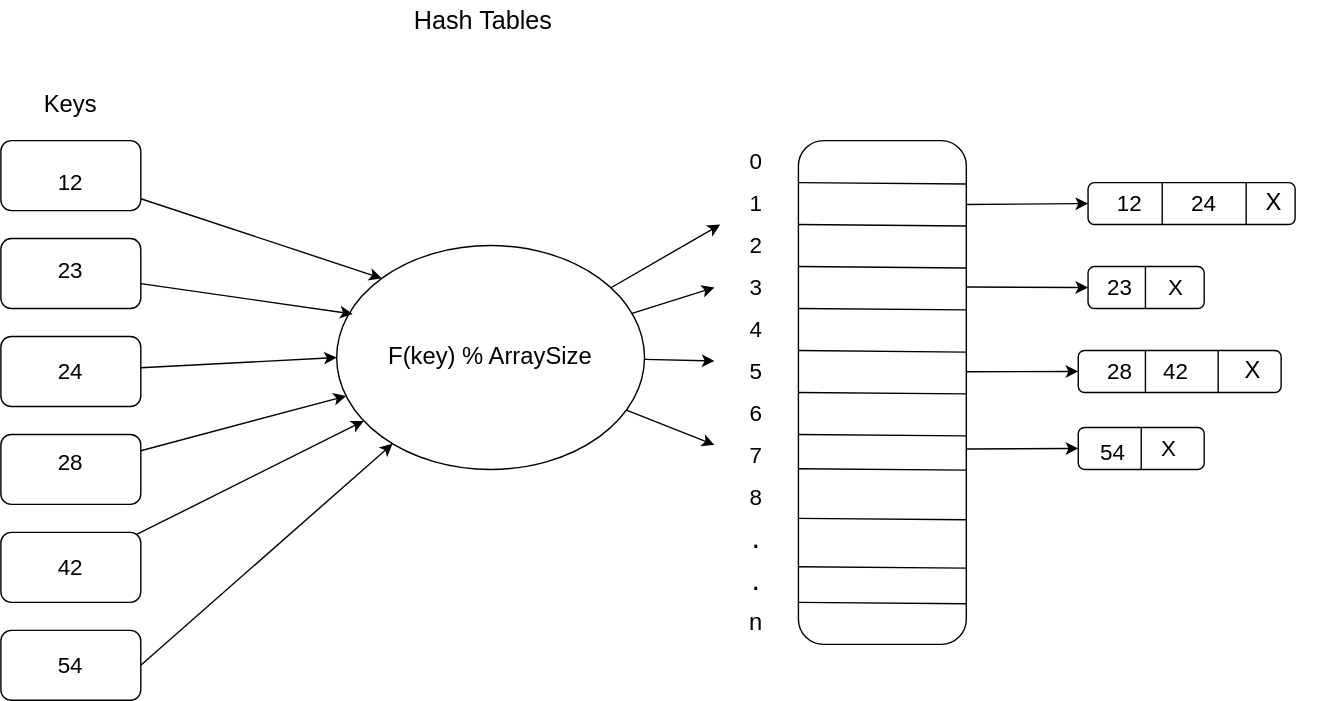
Earlier version of the draw.io export Estructura-de-datos/tabla-hash/hashtable.drawio.svg (Nordcode-cyber/Algoritmos-Estructdatos). Source tidied: cells renumbered, new cells last; positions are measured from the earlier drawing's top-left corner, leaving out a move shared by most shapes.
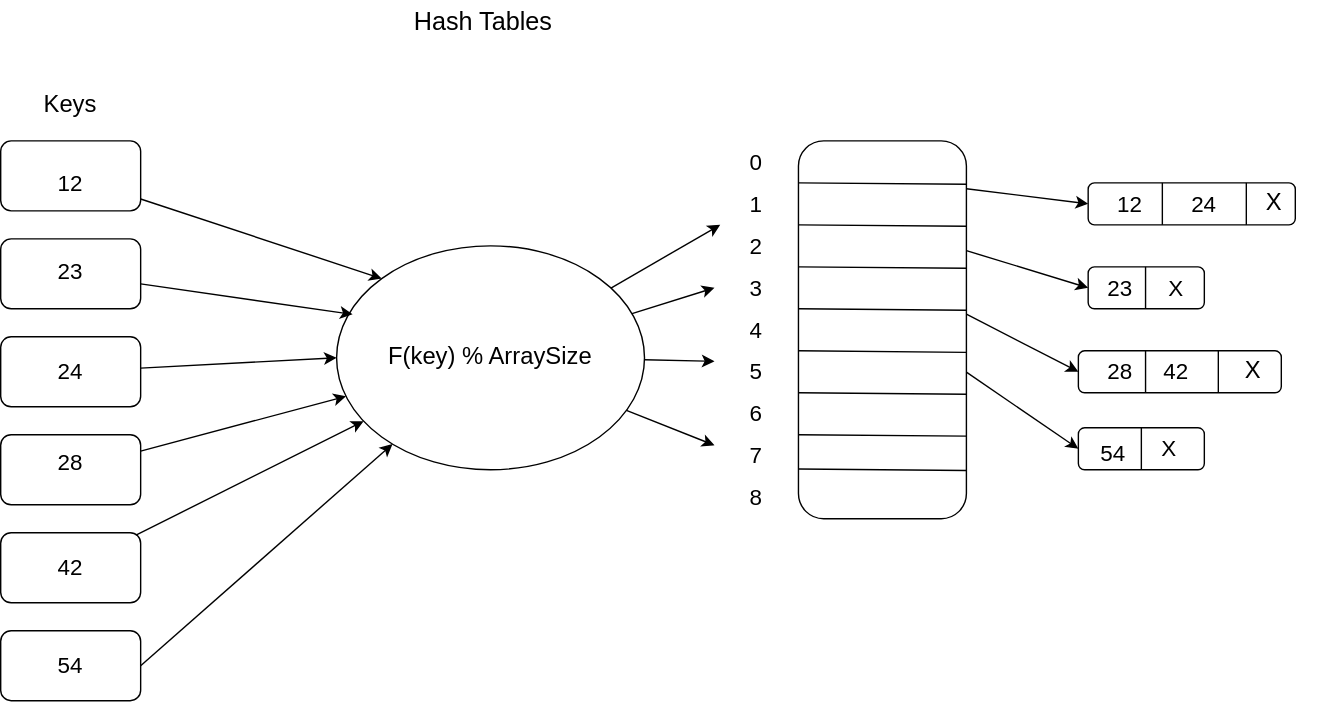
Later version of the same file.

Commit message:
HashTable practique

The edit, as a diff of the source:
```diff
@@ -69,7 +69,7 @@
       <mxGeometry relative="1" as="geometry" />
     </mxCell>
     <mxCell id="24" style="rounded=1;whiteSpace=wrap;html=1;roundedPerimeter=1;fillColor=none;" parent="1" vertex="1">
-      <mxGeometry x="570" y="100" width="120" height="360" as="geometry" />
+      <mxGeometry x="570" y="100" width="120" height="270" as="geometry" />
     </mxCell>
     <mxCell id="25" value="&lt;font style=&quot;font-size: 16px; color: light-dark(transparent, rgb(0, 204, 0));&quot;&gt;Array Storage&lt;/font&gt;" style="text;html=1;whiteSpace=wrap;strokeColor=none;fillColor=none;align=center;verticalAlign=middle;rounded=0;" parent="1" vertex="1">
       <mxGeometry x="590" y="50" width="60" height="30" as="geometry" />
@@ -125,24 +125,6 @@
         <mxPoint x="690" y="335.5" as="targetPoint" />
       </mxGeometry>
     </mxCell>
-    <mxCell id="35" style="endArrow=none;html=1;entryX=1.017;entryY=0.322;entryDx=0;entryDy=0;" parent="1" edge="1">
-      <mxGeometry relative="1" as="geometry">
-        <mxPoint x="570" y="370" as="sourcePoint" />
-        <mxPoint x="690" y="371" as="targetPoint" />
-      </mxGeometry>
-    </mxCell>
-    <mxCell id="36" style="endArrow=none;html=1;entryX=1.017;entryY=0.322;entryDx=0;entryDy=0;" parent="1" edge="1">
-      <mxGeometry relative="1" as="geometry">
-        <mxPoint x="570" y="404.5" as="sourcePoint" />
-        <mxPoint x="690" y="405.5" as="targetPoint" />
-      </mxGeometry>
-    </mxCell>
-    <mxCell id="37" style="endArrow=none;html=1;entryX=1.017;entryY=0.322;entryDx=0;entryDy=0;" parent="1" edge="1">
-      <mxGeometry relative="1" as="geometry">
-        <mxPoint x="570" y="430" as="sourcePoint" />
-        <mxPoint x="690" y="431" as="targetPoint" />
-      </mxGeometry>
-    </mxCell>
     <mxCell id="38" value="&lt;font style=&quot;font-size: 16px; color: light-dark(rgb(0, 0, 0), rgb(255, 128, 0));&quot;&gt;12&lt;/font&gt;" style="text;html=1;whiteSpace=wrap;strokeColor=none;fillColor=none;align=center;verticalAlign=middle;rounded=0;" parent="1" vertex="1">
       <mxGeometry x="20" y="115" width="60" height="30" as="geometry" />
     </mxCell>
@@ -191,15 +173,6 @@
     <mxCell id="53" value="&lt;font style=&quot;font-size: 16px; color: light-dark(rgb(0, 0, 0), rgb(0, 204, 0));&quot;&gt;8&lt;/font&gt;" style="text;html=1;whiteSpace=wrap;strokeColor=none;fillColor=none;align=center;verticalAlign=middle;rounded=0;" parent="1" vertex="1">
       <mxGeometry x="510" y="340" width="60" height="30" as="geometry" />
     </mxCell>
-    <mxCell id="54" value="&lt;font style=&quot;color: light-dark(rgb(0, 0, 0), rgb(0, 204, 0)); font-size: 22px;&quot;&gt;.&lt;/font&gt;" style="text;html=1;whiteSpace=wrap;strokeColor=none;fillColor=none;align=center;verticalAlign=middle;rounded=0;" parent="1" vertex="1">
-      <mxGeometry x="510" y="370" width="60" height="30" as="geometry" />
-    </mxCell>
-    <mxCell id="55" value="&lt;font style=&quot;color: light-dark(rgb(0, 0, 0), rgb(0, 204, 0)); font-size: 22px;&quot;&gt;.&lt;/font&gt;" style="text;html=1;whiteSpace=wrap;strokeColor=none;fillColor=none;align=center;verticalAlign=middle;rounded=0;" parent="1" vertex="1">
-      <mxGeometry x="510" y="400" width="60" height="30" as="geometry" />
-    </mxCell>
-    <mxCell id="56" value="&lt;font style=&quot;color: light-dark(rgb(0, 0, 0), rgb(0, 204, 0)); font-size: 17px;&quot;&gt;n&lt;/font&gt;" style="text;html=1;whiteSpace=wrap;strokeColor=none;fillColor=none;align=center;verticalAlign=middle;rounded=0;" parent="1" vertex="1">
-      <mxGeometry x="510" y="430" width="60" height="30" as="geometry" />
-    </mxCell>
     <mxCell id="57" style="rounded=1;whiteSpace=wrap;html=1;roundedPerimeter=1;fillColor=none;" parent="1" vertex="1">
       <mxGeometry x="777" y="130" width="148" height="30" as="geometry" />
     </mxCell>
```
